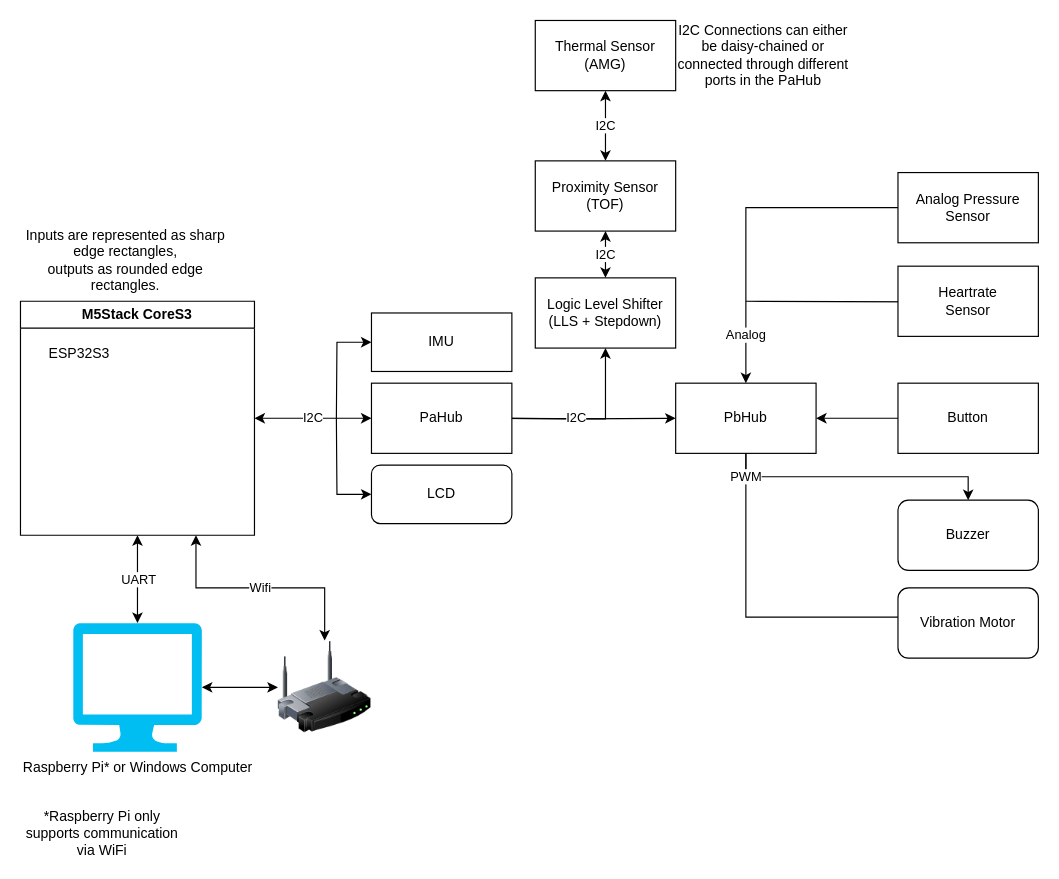
Earlier version of the draw.io diagram ProjectDocuments/BlockDiagram.drawio (YonatanAmir1996/M5StackTelemetry). Source tidied: cells renumbered, new cells numbered last; positions are measured from the earlier drawing's top-left corner, leaving out a move shared by most shapes. Both pictures are drawn from the tidied source at 117%, with x=0, y=0 at pixel (20, 20).
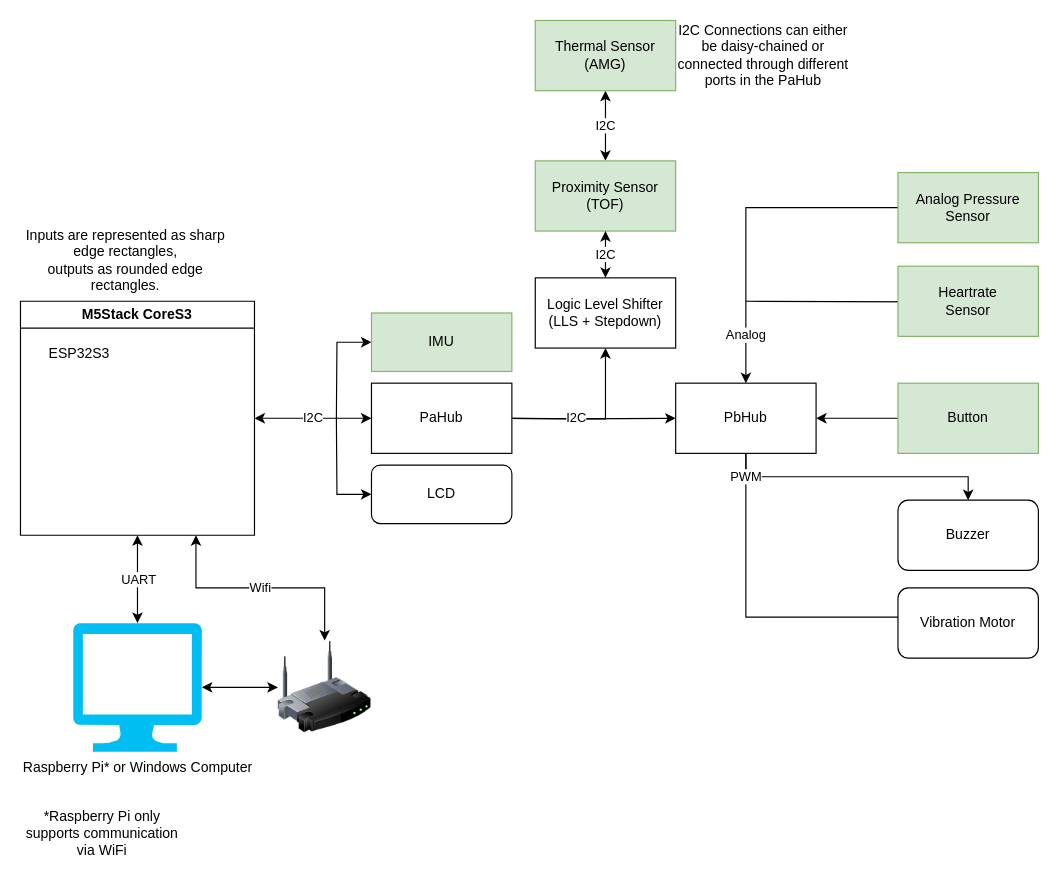
Above is the later version.

Commit message (it also covers changes not shown here):
The block diagram was changed again to conform with Simcha's request. Some of the presentation changed.

The edit, as a diff of the source:
```diff
@@
-    <mxCell id="20" value="Proximity Sensor&lt;div&gt;(TOF)&lt;/div&gt;" style="rounded=0;whiteSpace=wrap;html=1;" parent="1" vertex="1">
+    <mxCell id="20" value="Proximity Sensor&lt;div&gt;(TOF)&lt;/div&gt;" style="rounded=0;whiteSpace=wrap;html=1;fillColor=#d5e8d4;strokeColor=#82b366;" parent="1" vertex="1">
       <mxGeometry x="440" y="120" width="120" height="60" as="geometry" />
     </mxCell>
-    <mxCell id="21" value="Thermal Sensor&lt;div&gt;(AMG)&lt;/div&gt;" style="rounded=0;whiteSpace=wrap;html=1;" parent="1" vertex="1">
+    <mxCell id="21" value="Thermal Sensor&lt;div&gt;(AMG)&lt;/div&gt;" style="rounded=0;whiteSpace=wrap;html=1;fillColor=#d5e8d4;strokeColor=#82b366;" parent="1" vertex="1">
       <mxGeometry x="440" width="120" height="60" as="geometry" />
     </mxCell>
@@
-    <mxCell id="27" value="Analog Pressure Sensor" style="rounded=0;whiteSpace=wrap;html=1;" parent="1" vertex="1">
+    <mxCell id="27" value="Analog Pressure Sensor" style="rounded=0;whiteSpace=wrap;html=1;fillColor=#d5e8d4;strokeColor=#82b366;" parent="1" vertex="1">
       <mxGeometry x="750" y="130" width="120" height="60" as="geometry" />
     </mxCell>
-    <mxCell id="28" value="Button" style="rounded=0;whiteSpace=wrap;html=1;" parent="1" vertex="1">
+    <mxCell id="28" value="Button" style="rounded=0;whiteSpace=wrap;html=1;fillColor=#d5e8d4;strokeColor=#82b366;" parent="1" vertex="1">
       <mxGeometry x="750" y="310" width="120" height="60" as="geometry" />
     </mxCell>
@@
-    <mxCell id="30" value="Heartrate&lt;div&gt;Sensor&lt;/div&gt;" style="rounded=0;whiteSpace=wrap;html=1;" parent="1" vertex="1">
+    <mxCell id="30" value="Heartrate&lt;div&gt;Sensor&lt;/div&gt;" style="rounded=0;whiteSpace=wrap;html=1;fillColor=#d5e8d4;strokeColor=#82b366;" parent="1" vertex="1">
       <mxGeometry x="750" y="210" width="120" height="60" as="geometry" />
     </mxCell>
@@
-    <mxCell id="35" value="IMU" style="rounded=0;whiteSpace=wrap;html=1;" parent="1" vertex="1">
+    <mxCell id="35" value="IMU" style="rounded=0;whiteSpace=wrap;html=1;fillColor=#d5e8d4;strokeColor=#82b366;" parent="1" vertex="1">
       <mxGeometry x="300" y="250" width="120" height="50" as="geometry" />
     </mxCell>
```
